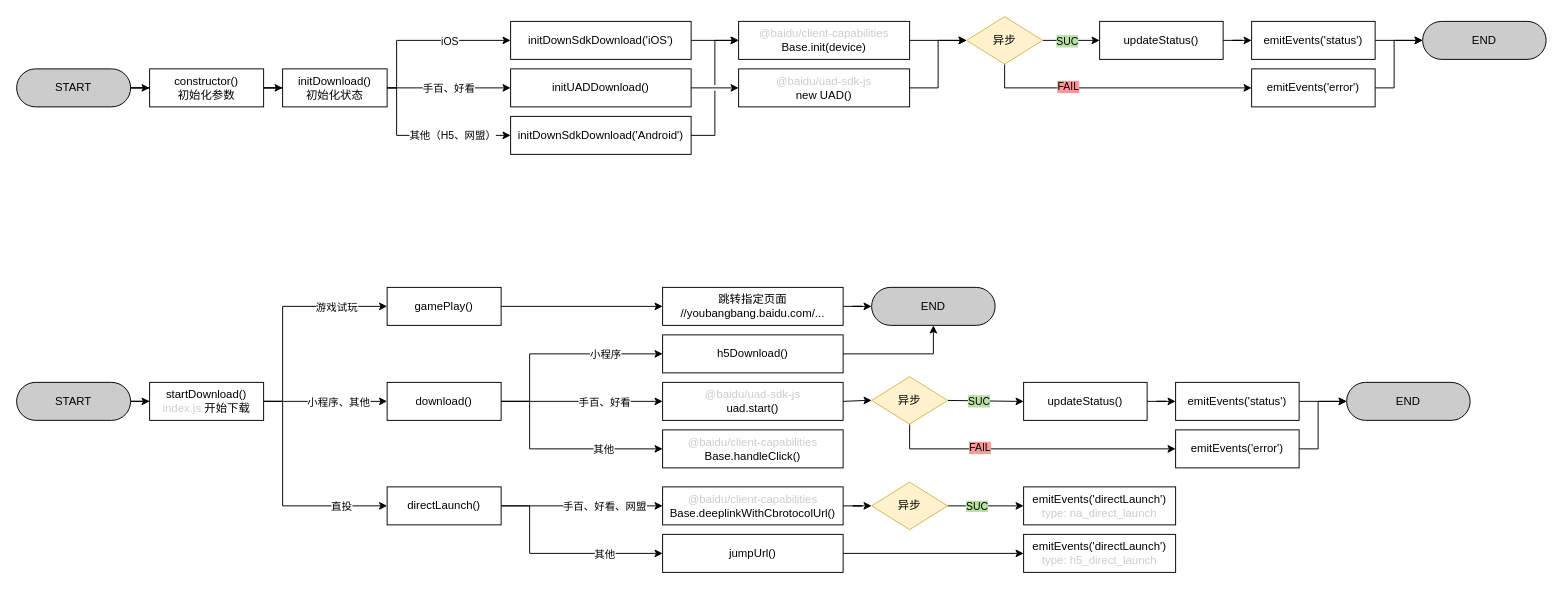
qqqqqcy/processon keeps this draw.io diagram as 未命名绘图.drawio. Above is the earlier version. Source tidied: cells renumbered, new cells numbered last; positions are measured from the earlier drawing's top-left corner, leaving out a move shared by most shapes. Both pictures are drawn from the tidied source at 95%, with x=0, y=0 at pixel (16, 16).
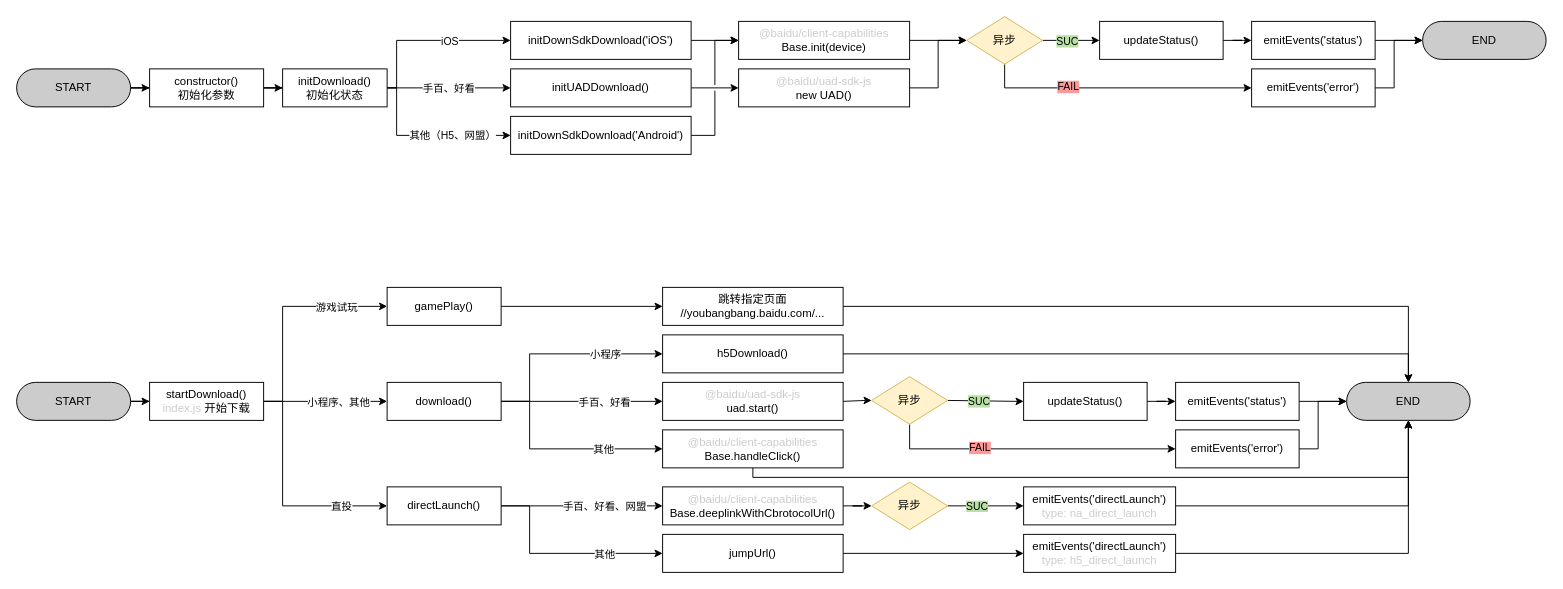
The same diagram, later.

The change refers to these unchanged cells:
```xml
<mxCell id="59" value="跳转指定页面&lt;br&gt;//youbangbang.baidu.com/..." style="rounded=1;whiteSpace=wrap;html=1;arcSize=0;" parent="1" vertex="1">
  <mxGeometry x="680" y="285" width="190" height="40" as="geometry" />
</mxCell>
<mxCell id="62" value="h5Download()" style="rounded=1;whiteSpace=wrap;html=1;arcSize=0;" parent="1" vertex="1">
  <mxGeometry x="680" y="335" width="190" height="40" as="geometry" />
</mxCell>
<mxCell id="65" value="&lt;font color=&quot;#cccccc&quot;&gt;@baidu/client-capabilities&lt;br&gt;&lt;/font&gt;Base.handleClick()" style="whiteSpace=wrap;html=1;rounded=1;arcSize=0;" parent="1" vertex="1">
  <mxGeometry x="680" y="435" width="190" height="40" as="geometry" />
</mxCell>
<mxCell id="68" value="emitEvents('directLaunch')&lt;br&gt;&lt;font color=&quot;#cccccc&quot;&gt;type:&amp;nbsp;na_direct_launch&lt;/font&gt;" style="whiteSpace=wrap;html=1;rounded=1;arcSize=0;" parent="1" vertex="1">
  <mxGeometry x="1060" y="495" width="160" height="40" as="geometry" />
</mxCell>
<mxCell id="72" value="emitEvents('directLaunch')&lt;br&gt;&lt;font color=&quot;#cccccc&quot;&gt;type:&amp;nbsp;h5_direct_launch&lt;/font&gt;" style="whiteSpace=wrap;html=1;rounded=1;arcSize=0;" parent="1" vertex="1">
  <mxGeometry x="1060" y="545" width="160" height="40" as="geometry" />
</mxCell>
<mxCell id="79" value="END" style="whiteSpace=wrap;html=1;rounded=1;arcSize=50;fillColor=#CCCCCC;" parent="1" vertex="1">
  <mxGeometry x="1400" y="385" width="130" height="40" as="geometry" />
</mxCell>
```

The edit, as a diff of the source:
```diff
@@
-    <mxCell id="58" style="edgeStyle=orthogonalEdgeStyle;rounded=0;jumpStyle=gap;jettySize=auto;html=1;fontColor=#000000;" parent="1" edge="1" source="59" target="60">
+    <mxCell id="58" style="edgeStyle=orthogonalEdgeStyle;rounded=0;jumpStyle=gap;jettySize=auto;html=1;fontColor=#000000;entryX=0.5;entryY=0;entryDx=0;entryDy=0;" parent="1" edge="1" source="59" target="79">
       <mxGeometry relative="1" as="geometry" />
     </mxCell>
@@
-    <mxCell id="60" value="END" style="whiteSpace=wrap;html=1;rounded=1;arcSize=50;fillColor=#CCCCCC;" parent="1" vertex="1">
-      <mxGeometry x="900" y="285" width="130" height="40" as="geometry" />
-    </mxCell>
-    <mxCell id="61" style="edgeStyle=orthogonalEdgeStyle;rounded=0;jumpStyle=gap;jettySize=auto;html=1;entryX=0.5;entryY=1;entryDx=0;entryDy=0;fontColor=#000000;" parent="1" edge="1" source="62" target="60">
+    <mxCell id="61" style="edgeStyle=orthogonalEdgeStyle;rounded=0;jumpStyle=gap;jettySize=auto;html=1;entryX=0.5;entryY=0;entryDx=0;entryDy=0;fontColor=#000000;" parent="1" edge="1" source="62" target="79">
       <mxGeometry relative="1" as="geometry" />
     </mxCell>
@@
+    <mxCell id="87" style="edgeStyle=orthogonalEdgeStyle;rounded=0;jumpStyle=gap;jettySize=auto;html=1;fontColor=#000000;entryX=0.5;entryY=1;entryDx=0;entryDy=0;" parent="1" edge="1" source="65" target="79">
+      <mxGeometry relative="1" as="geometry">
+        <Array as="points">
+          <mxPoint x="775" y="485" />
+          <mxPoint x="1465" y="485" />
+        </Array>
+      </mxGeometry>
+    </mxCell>
@@
+    <mxCell id="88" style="edgeStyle=orthogonalEdgeStyle;rounded=0;jumpStyle=gap;jettySize=auto;html=1;entryX=0.5;entryY=1;entryDx=0;entryDy=0;fontColor=#000000;" parent="1" edge="1" source="68" target="79">
+      <mxGeometry relative="1" as="geometry" />
+    </mxCell>
@@
+    <mxCell id="89" style="edgeStyle=orthogonalEdgeStyle;rounded=0;jumpStyle=gap;jettySize=auto;html=1;fontColor=#000000;entryX=0.5;entryY=1;entryDx=0;entryDy=0;" parent="1" edge="1" source="72" target="79">
+      <mxGeometry relative="1" as="geometry" />
+    </mxCell>
```
